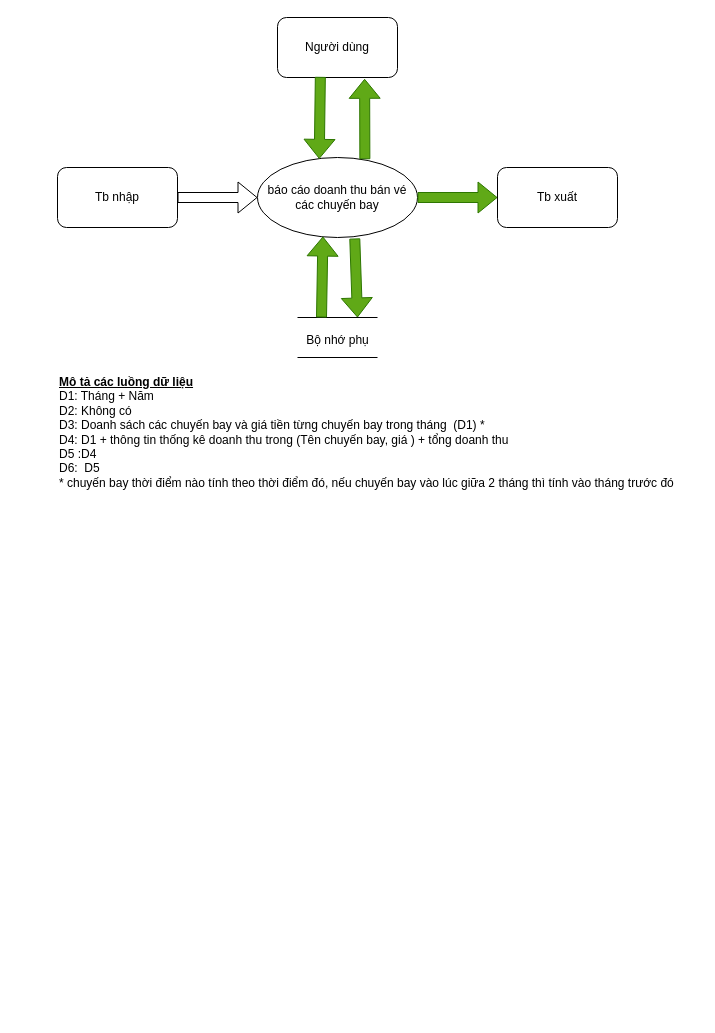
This is DFD/yc5_1.drawio from phat9824/Flight_ticket_manegement, a draw.io file, before an edit. Source tidied: cells renumbered, new cells numbered last; positions are measured from the earlier drawing's top-left corner, leaving out a move shared by most shapes. Both pictures are drawn from the tidied source at 100%, with x=0, y=0 at pixel (57, 17).
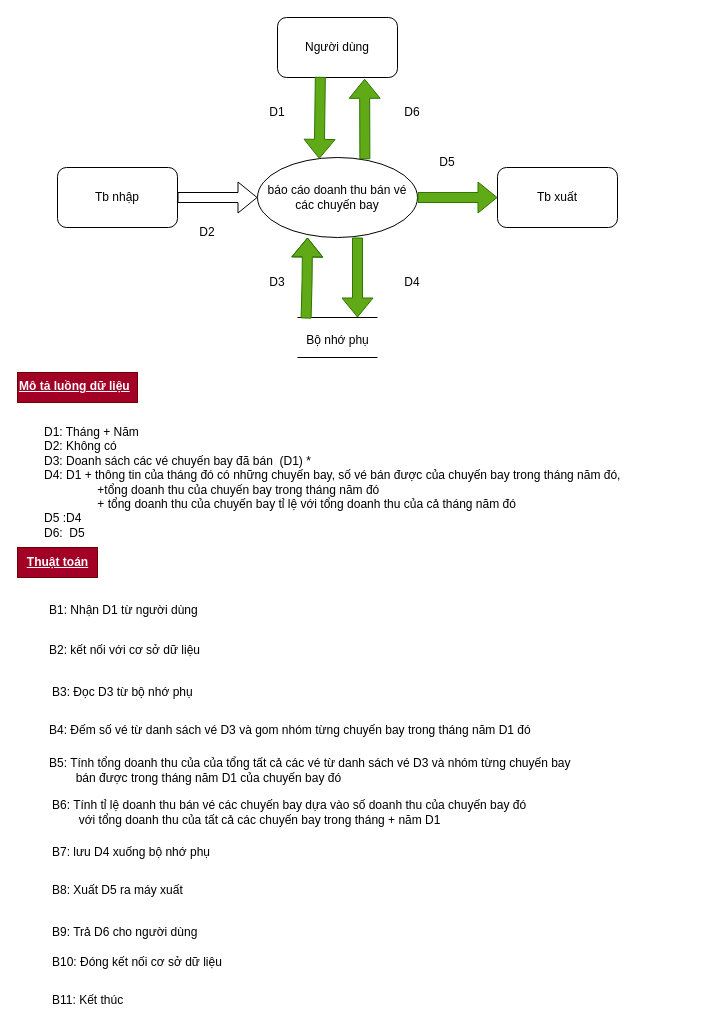
The same page after the edit.

Unchanged cells that the change refers to:
```xml
<mxCell id="2" value="báo cáo doanh thu bán vé các chuyến bay" style="ellipse;whiteSpace=wrap;html=1;" parent="1" vertex="1">
  <mxGeometry x="200" y="140" width="160" height="80" as="geometry" />
</mxCell>
```

What changed in the source:
```diff
@@
-    <mxCell id="12" style="shape=flexArrow;endArrow=classic;html=1;rounded=0;entryX=0.409;entryY=0.988;entryDx=0;entryDy=0;entryPerimeter=0;fillColor=#60a917;strokeColor=#2D7600;" parent="1" edge="1" target="2">
+    <mxCell id="12" style="shape=flexArrow;endArrow=classic;html=1;rounded=0;fillColor=#60a917;strokeColor=#2D7600;" parent="1" edge="1">
       <mxGeometry relative="1" as="geometry">
-        <mxPoint x="264" y="300" as="sourcePoint" />
+        <mxPoint x="248.6" y="301" as="sourcePoint" />
+        <mxPoint x="250" y="220" as="targetPoint" />
+        <Array as="points">
+          <mxPoint x="249.6" y="261" />
+        </Array>
       </mxGeometry>
     </mxCell>
-    <mxCell id="13" style="shape=flexArrow;endArrow=classic;html=1;rounded=0;exitX=0.608;exitY=1.012;exitDx=0;exitDy=0;exitPerimeter=0;fillColor=#60a917;strokeColor=#2D7600;" parent="1" edge="1" source="2">
+    <mxCell id="13" style="shape=flexArrow;endArrow=classic;html=1;rounded=0;fillColor=#60a917;strokeColor=#2D7600;exitX=0.625;exitY=1;exitDx=0;exitDy=0;exitPerimeter=0;" parent="1" edge="1" source="2">
       <mxGeometry relative="1" as="geometry">
         <mxPoint x="300" y="300" as="targetPoint" />
       </mxGeometry>
     </mxCell>
@@
-    <mxCell id="15" value="&lt;div&gt;&lt;b&gt;&lt;u&gt;Mô tả các luồng dữ liệu&lt;/u&gt;&lt;/b&gt;&lt;/div&gt;D1: Tháng + Năm&lt;div&gt;D2: Không có&lt;/div&gt;&lt;div&gt;D3: Doanh sách các chuyến bay và giá tiền từng chuyến bay trong tháng&amp;nbsp; (D1) *&lt;/div&gt;&lt;div&gt;D4: D1 + thông tin thống kê doanh thu trong (Tên chuyến bay, giá ) + tổng doanh thu&lt;/div&gt;&lt;div&gt;D5 :D4&lt;/div&gt;&lt;div&gt;D6:&amp;nbsp; D5&lt;/div&gt;&lt;div&gt;* chuyến bay thời điểm nào tính theo thời điểm đó, nếu chuyến bay vào lúc giữa 2 tháng thì tính vào tháng trước đó&lt;/div&gt;" style="text;html=1;align=left;verticalAlign=middle;strokeColor=none;fillColor=none;" parent="1" vertex="1">
-      <mxGeometry y="350" width="640" height="130" as="geometry" />
+    <mxCell id="15" value="&lt;div&gt;&lt;br&gt;&lt;/div&gt;D1: Tháng + Năm&lt;div&gt;D2: Không có&lt;/div&gt;&lt;div&gt;D3: Doanh sách các vé chuyến bay đã bán&amp;nbsp; (D1) *&lt;/div&gt;&lt;div&gt;D4: D1 + thông tin của tháng đó có những chuyến bay, số vé bán được của chuyến bay trong tháng năm đó,&amp;nbsp;&lt;/div&gt;&lt;div&gt;&lt;span style=&quot;white-space: pre;&quot;&gt;&#9;&lt;span style=&quot;white-space: pre;&quot;&gt;&#9;&lt;/span&gt;+&lt;/span&gt;tổng doanh thu của chuyến bay trong tháng năm đó&amp;nbsp;&lt;/div&gt;&lt;div&gt;&lt;span style=&quot;white-space: pre;&quot;&gt;&#9;&lt;/span&gt;&lt;span style=&quot;white-space: pre;&quot;&gt;&#9;&lt;/span&gt;+ tổng doanh thu của chuyến bay tỉ lệ với tổng doanh thu của cả tháng năm đó&lt;/div&gt;&lt;div&gt;D5 :D4&lt;/div&gt;&lt;div&gt;D6:&amp;nbsp; D5&lt;/div&gt;&lt;div&gt;&lt;br&gt;&lt;/div&gt;" style="text;html=1;align=left;verticalAlign=middle;strokeColor=none;fillColor=none;" parent="1" vertex="1">
+      <mxGeometry x="-15" y="385" width="600" height="160" as="geometry" />
     </mxCell>
+    <mxCell id="16" value="&lt;b&gt;&lt;u&gt;Thuật toán&lt;/u&gt;&lt;/b&gt;" style="text;html=1;align=center;verticalAlign=middle;strokeColor=#6F0000;fillColor=#a20025;fontColor=#ffffff;" parent="1" vertex="1">
+      <mxGeometry x="-40" y="530" width="80" height="30" as="geometry" />
+    </mxCell>
+    <mxCell id="17" value="B1: Nhận D1 từ người dùng" style="text;html=1;align=left;verticalAlign=middle;strokeColor=none;fillColor=none;" parent="1" vertex="1">
+      <mxGeometry x="-10" y="578" width="170" height="30" as="geometry" />
+    </mxCell>
+    <mxCell id="18" value="B2: kết nối với cơ sở dữ liệu" style="text;html=1;align=left;verticalAlign=middle;strokeColor=none;fillColor=none;" parent="1" vertex="1">
+      <mxGeometry x="-10" y="618" width="170" height="30" as="geometry" />
+    </mxCell>
+    <mxCell id="19" value="B3: Đọc D3 từ bộ nhớ phụ" style="text;html=1;align=left;verticalAlign=middle;strokeColor=none;fillColor=none;" parent="1" vertex="1">
+      <mxGeometry x="-7.5" y="660" width="160" height="30" as="geometry" />
+    </mxCell>
+    <mxCell id="20" value="B4: Đếm số vé từ danh sách vé D3 và gom nhóm từng chuyến bay trong tháng năm D1 đó&amp;nbsp;" style="text;html=1;align=left;verticalAlign=middle;strokeColor=none;fillColor=none;" parent="1" vertex="1">
+      <mxGeometry x="-10" y="698" width="510" height="30" as="geometry" />
+    </mxCell>
+    <mxCell id="21" value="B5: Tính tổng doanh thu của của tổng tất cả các vé từ danh sách vé D3 và nhóm từng chuyến bay&lt;br&gt;&lt;span style=&quot;white-space: pre;&quot;&gt;&#9;&lt;/span&gt;bán được trong tháng năm D1 của chuyến bay đó" style="text;html=1;align=left;verticalAlign=middle;strokeColor=none;fillColor=none;" parent="1" vertex="1">
+      <mxGeometry x="-10" y="733" width="550" height="40" as="geometry" />
+    </mxCell>
+    <mxCell id="22" value="B6: Tính tỉ lệ doanh thu bán vé các chuyến bay dựa vào số doanh thu của chuyến bay đó&amp;nbsp;&lt;br&gt;&lt;span style=&quot;white-space: pre;&quot;&gt;&#9;&lt;/span&gt;với&amp;nbsp;tổng doanh thu của tất cả các chuyến bay trong tháng + năm D1" style="text;html=1;align=left;verticalAlign=middle;strokeColor=none;fillColor=none;" parent="1" vertex="1">
+      <mxGeometry x="-7.5" y="775" width="500" height="40" as="geometry" />
+    </mxCell>
+    <mxCell id="23" value="B7: lưu D4 xuống bộ nhớ phụ" style="text;html=1;align=left;verticalAlign=middle;strokeColor=none;fillColor=none;" parent="1" vertex="1">
+      <mxGeometry x="-7.5" y="820" width="180" height="30" as="geometry" />
+    </mxCell>
+    <mxCell id="24" value="B8: Xuất D5 ra máy xuất" style="text;html=1;align=left;verticalAlign=middle;strokeColor=none;fillColor=none;" parent="1" vertex="1">
+      <mxGeometry x="-7.5" y="858" width="150" height="30" as="geometry" />
+    </mxCell>
+    <mxCell id="25" value="B9: Trả D6 cho người dùng" style="text;html=1;align=left;verticalAlign=middle;strokeColor=none;fillColor=none;" parent="1" vertex="1">
+      <mxGeometry x="-7.5" y="900" width="170" height="30" as="geometry" />
+    </mxCell>
+    <mxCell id="26" value="B10: Đóng kết nối cơ sở dữ liệu" style="text;html=1;align=left;verticalAlign=middle;strokeColor=none;fillColor=none;" parent="1" vertex="1">
+      <mxGeometry x="-7.5" y="930" width="190" height="30" as="geometry" />
+    </mxCell>
+    <mxCell id="27" value="B11: Kết thúc" style="text;html=1;align=left;verticalAlign=middle;strokeColor=none;fillColor=none;" parent="1" vertex="1">
+      <mxGeometry x="-7.5" y="968" width="90" height="30" as="geometry" />
+    </mxCell>
+    <mxCell id="28" value="&lt;div style=&quot;text-align: center;&quot;&gt;&lt;span style=&quot;background-color: initial;&quot;&gt;&lt;font color=&quot;#ffffff&quot;&gt;&lt;b&gt;&lt;u&gt;Mô tả luồng dữ liệu&lt;/u&gt;&lt;/b&gt;&lt;/font&gt;&lt;/span&gt;&lt;/div&gt;" style="text;whiteSpace=wrap;html=1;fillColor=#a20025;fontColor=#ffffff;strokeColor=#6F0000;" parent="1" vertex="1">
+      <mxGeometry x="-40" y="355" width="120" height="30" as="geometry" />
+    </mxCell>
+    <mxCell id="29" value="D1" style="text;html=1;align=center;verticalAlign=middle;whiteSpace=wrap;rounded=0;" parent="1" vertex="1">
+      <mxGeometry x="190" y="80" width="60" height="30" as="geometry" />
+    </mxCell>
+    <mxCell id="30" value="D2" style="text;html=1;align=center;verticalAlign=middle;whiteSpace=wrap;rounded=0;" parent="1" vertex="1">
+      <mxGeometry x="120" y="200" width="60" height="30" as="geometry" />
+    </mxCell>
+    <mxCell id="31" value="D3" style="text;html=1;align=center;verticalAlign=middle;whiteSpace=wrap;rounded=0;" parent="1" vertex="1">
+      <mxGeometry x="190" y="250" width="60" height="30" as="geometry" />
+    </mxCell>
+    <mxCell id="32" value="D4" style="text;html=1;align=center;verticalAlign=middle;whiteSpace=wrap;rounded=0;" parent="1" vertex="1">
+      <mxGeometry x="325" y="250" width="60" height="30" as="geometry" />
+    </mxCell>
+    <mxCell id="33" value="D5" style="text;html=1;align=center;verticalAlign=middle;whiteSpace=wrap;rounded=0;" parent="1" vertex="1">
+      <mxGeometry x="360" y="130" width="60" height="30" as="geometry" />
+    </mxCell>
+    <mxCell id="34" value="D6" style="text;html=1;align=center;verticalAlign=middle;whiteSpace=wrap;rounded=0;" parent="1" vertex="1">
+      <mxGeometry x="325" y="80" width="60" height="30" as="geometry" />
+    </mxCell>
```
